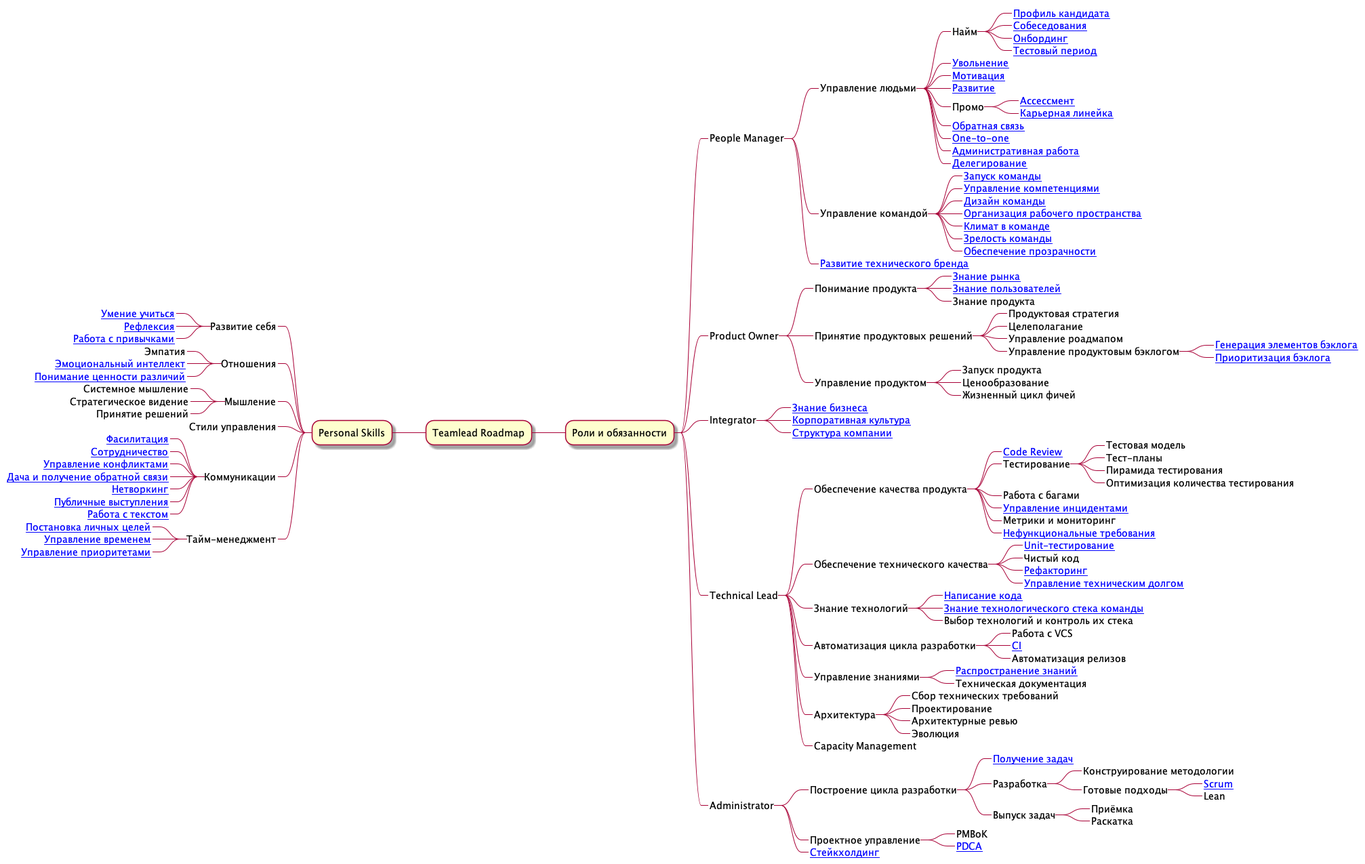
The PlantUML diagram roadmap.png in tlbootcamp/tlroadmap, before a commit.
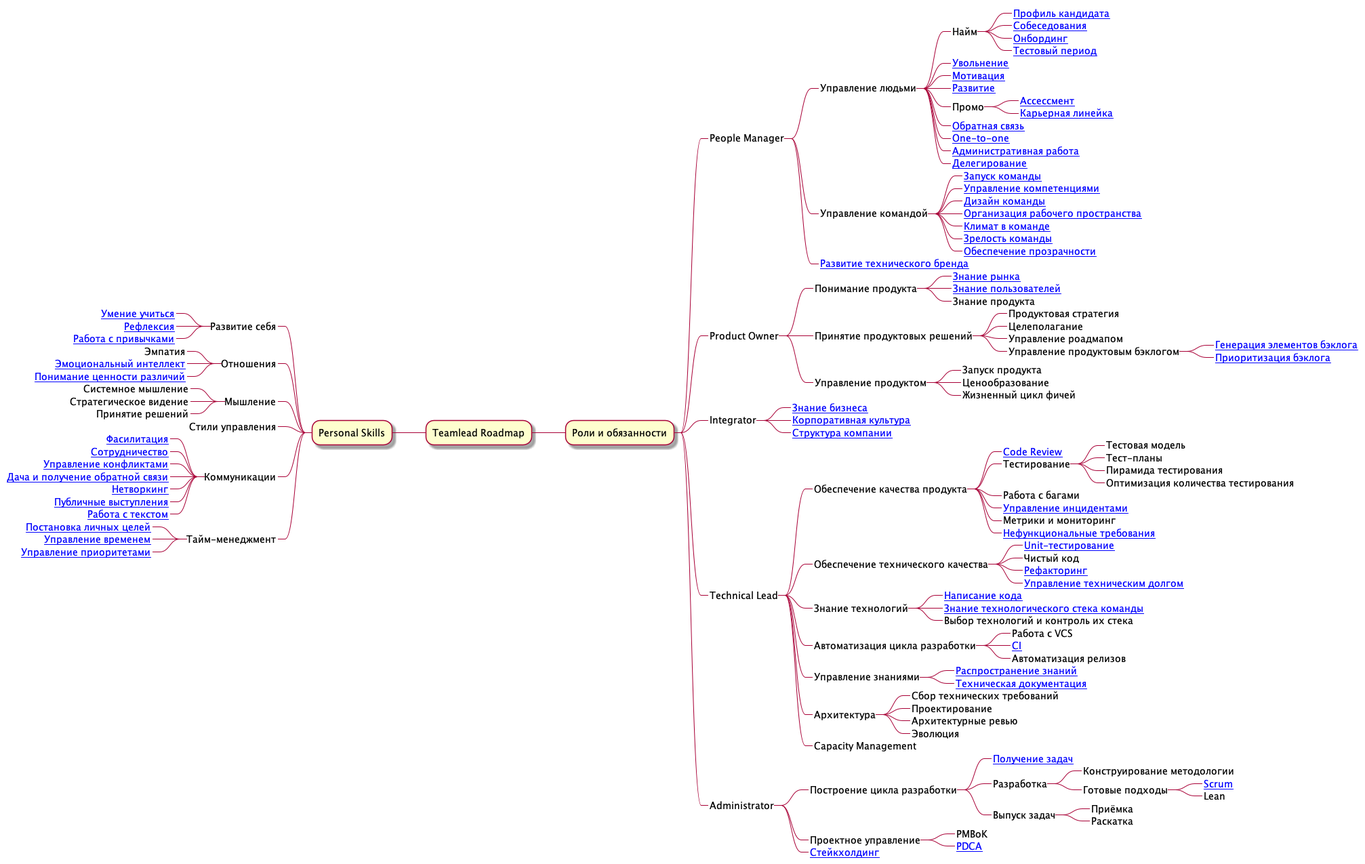
After the commit.

What changed in the source:
```diff
@@ -74,7 +74,7 @@
 *****_ Автоматизация релизов
 ****_ Управление знаниями
 *****_ [[https://github.com/tlbootcamp/tlroadmap/blob/master/skills/technical-lead/knowledge-management.md Распространение знаний]]
-*****_ Техническая документация
+*****_ [[https://github.com/tlbootcamp/tlroadmap/blob/master/skills/technical-lead/documentation.md Техническая документация]]
 ****_ Архитектура
 *****_ Сбор технических требований
 *****_ Проектирование
```
